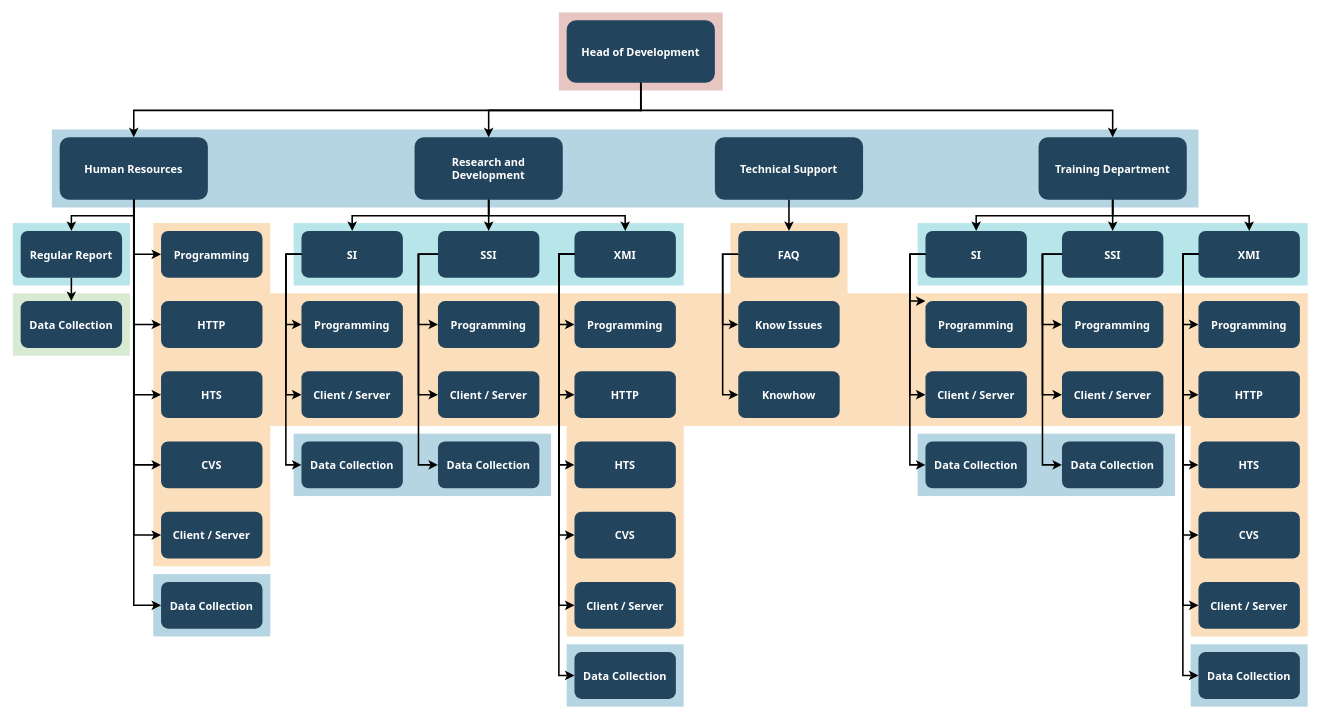
The draw.io diagram Untitled Diagram.drawio in alishgosai/draw-io, before the edit. Source tidied: cells renumbered, new cells numbered last; positions are measured from the earlier drawing's top-left corner, leaving out a move shared by most shapes. Both pictures are drawn from the tidied source at 78%, with x=0, y=0 at pixel (12, 12).
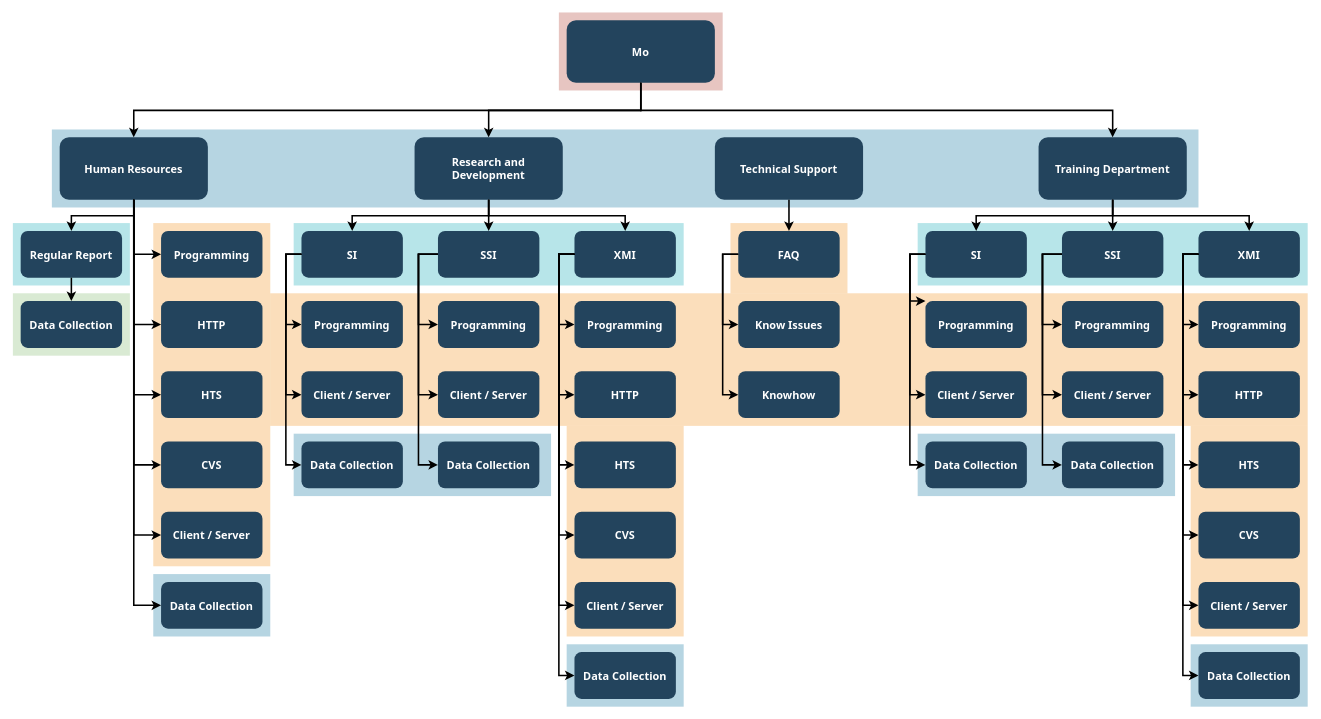
After the change.

Change to the diagram source:
```diff
@@
-    <mxCell id="18" value="Head of Development" style="rounded=1;fillColor=#23445D;gradientColor=none;strokeColor=none;fontColor=#FFFFFF;fontStyle=1;fontFamily=Tahoma;fontSize=14;" parent="1" vertex="1">
+    <mxCell id="18" value="Mo" style="rounded=1;fillColor=#23445D;gradientColor=none;strokeColor=none;fontColor=#FFFFFF;fontStyle=1;fontFamily=Tahoma;fontSize=14;" parent="1" vertex="1">
       <mxGeometry x="710" y="9.5" width="190" height="80" as="geometry" />
     </mxCell>
```
